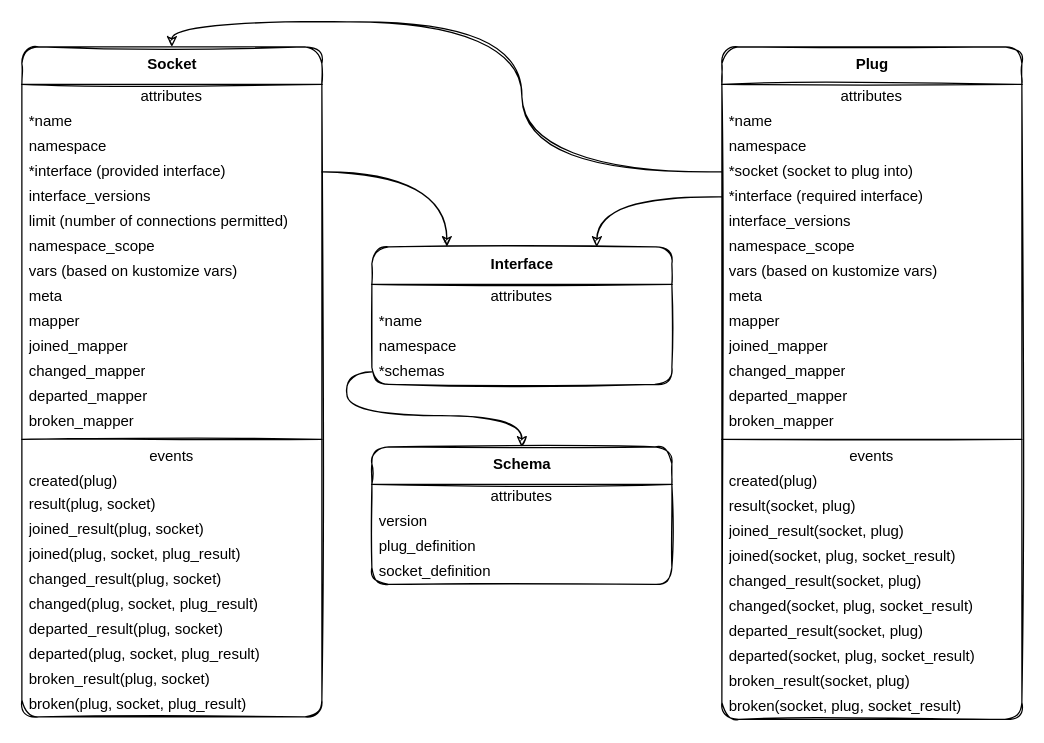
Earlier version of the draw.io diagram architecture-diagram.drawio (clayrisser/integration-operator). Source tidied: cells renumbered, new cells numbered last; positions are measured from the earlier drawing's top-left corner, leaving out a move shared by most shapes. Both pictures are drawn from the tidied source at 125%, with x=0, y=0 at pixel (21, 46).
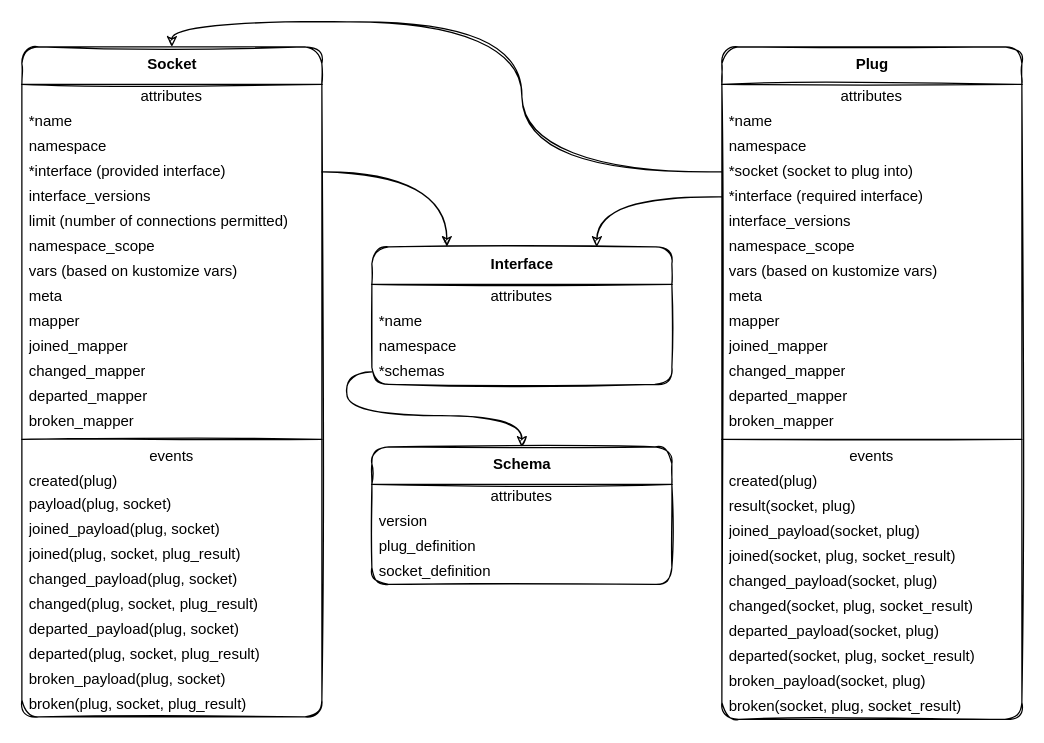
The same page after the edit.

The change refers to these unchanged cells:
```xml
<mxCell id="2" value="&lt;b&gt;Plug&lt;/b&gt;" style="swimlane;fontStyle=0;align=center;verticalAlign=top;horizontal=1;startSize=30;html=1;sketch=1;rounded=1;" parent="1" vertex="1">
  <mxGeometry x="560" width="240" height="538" as="geometry" />
</mxCell>
<mxCell id="29" value="&lt;b&gt;Socket&lt;br&gt;&lt;/b&gt;" style="swimlane;fontStyle=0;align=center;verticalAlign=top;horizontal=1;startSize=30;html=1;sketch=1;rounded=1;" parent="1" vertex="1">
  <mxGeometry width="240" height="536" as="geometry" />
</mxCell>
```

What changed in the source:
```diff
@@
-    <mxCell id="21" value="joined_result(socket, plug)" style="text;html=1;strokeColor=none;fillColor=none;align=left;verticalAlign=middle;spacingLeft=4;spacingRight=4;overflow=hidden;sketch=1;rounded=1;" parent="2" vertex="1">
+    <mxCell id="21" value="joined_payload(socket, plug)" style="text;html=1;strokeColor=none;fillColor=none;align=left;verticalAlign=middle;spacingLeft=4;spacingRight=4;overflow=hidden;sketch=1;rounded=1;" parent="2" vertex="1">
       <mxGeometry y="378" width="240" height="20" as="geometry" />
     </mxCell>
@@
-    <mxCell id="23" value="changed_result(socket, plug)" style="text;html=1;strokeColor=none;fillColor=none;align=left;verticalAlign=middle;spacingLeft=4;spacingRight=4;overflow=hidden;sketch=1;rounded=1;" parent="2" vertex="1">
+    <mxCell id="23" value="changed_payload(socket, plug)" style="text;html=1;strokeColor=none;fillColor=none;align=left;verticalAlign=middle;spacingLeft=4;spacingRight=4;overflow=hidden;sketch=1;rounded=1;" parent="2" vertex="1">
       <mxGeometry y="418" width="240" height="20" as="geometry" />
     </mxCell>
@@
-    <mxCell id="25" value="departed_result(socket, plug)" style="text;html=1;strokeColor=none;fillColor=none;align=left;verticalAlign=middle;spacingLeft=4;spacingRight=4;overflow=hidden;sketch=1;rounded=1;" parent="2" vertex="1">
+    <mxCell id="25" value="departed_payload(socket, plug)" style="text;html=1;strokeColor=none;fillColor=none;align=left;verticalAlign=middle;spacingLeft=4;spacingRight=4;overflow=hidden;sketch=1;rounded=1;" parent="2" vertex="1">
       <mxGeometry y="458" width="240" height="20" as="geometry" />
     </mxCell>
@@
-    <mxCell id="27" value="broken_result(socket, plug)" style="text;html=1;strokeColor=none;fillColor=none;align=left;verticalAlign=middle;spacingLeft=4;spacingRight=4;overflow=hidden;sketch=1;rounded=1;" parent="2" vertex="1">
+    <mxCell id="27" value="broken_payload(socket, plug)" style="text;html=1;strokeColor=none;fillColor=none;align=left;verticalAlign=middle;spacingLeft=4;spacingRight=4;overflow=hidden;sketch=1;rounded=1;" parent="2" vertex="1">
       <mxGeometry y="498" width="240" height="20" as="geometry" />
     </mxCell>
@@
-    <mxCell id="47" value="result(plug, socket)" style="text;html=1;strokeColor=none;fillColor=none;align=left;verticalAlign=middle;spacingLeft=4;spacingRight=4;overflow=hidden;sketch=1;rounded=1;" parent="29" vertex="1">
+    <mxCell id="47" value="payload(plug, socket)" style="text;html=1;strokeColor=none;fillColor=none;align=left;verticalAlign=middle;spacingLeft=4;spacingRight=4;overflow=hidden;sketch=1;rounded=1;" parent="29" vertex="1">
       <mxGeometry y="356" width="240" height="20" as="geometry" />
     </mxCell>
-    <mxCell id="48" value="joined_result(plug, socket)" style="text;html=1;strokeColor=none;fillColor=none;align=left;verticalAlign=middle;spacingLeft=4;spacingRight=4;overflow=hidden;sketch=1;rounded=1;" parent="29" vertex="1">
+    <mxCell id="48" value="joined_payload(plug, socket)" style="text;html=1;strokeColor=none;fillColor=none;align=left;verticalAlign=middle;spacingLeft=4;spacingRight=4;overflow=hidden;sketch=1;rounded=1;" parent="29" vertex="1">
       <mxGeometry y="376" width="240" height="20" as="geometry" />
     </mxCell>
@@
-    <mxCell id="50" value="changed_result(plug, socket)" style="text;html=1;strokeColor=none;fillColor=none;align=left;verticalAlign=middle;spacingLeft=4;spacingRight=4;overflow=hidden;sketch=1;rounded=1;" parent="29" vertex="1">
+    <mxCell id="50" value="changed_payload(plug, socket)" style="text;html=1;strokeColor=none;fillColor=none;align=left;verticalAlign=middle;spacingLeft=4;spacingRight=4;overflow=hidden;sketch=1;rounded=1;" parent="29" vertex="1">
       <mxGeometry y="416" width="240" height="20" as="geometry" />
     </mxCell>
@@
-    <mxCell id="52" value="departed_result(plug, socket)" style="text;html=1;strokeColor=none;fillColor=none;align=left;verticalAlign=middle;spacingLeft=4;spacingRight=4;overflow=hidden;sketch=1;rounded=1;" parent="29" vertex="1">
+    <mxCell id="52" value="departed_payload(plug, socket)" style="text;html=1;strokeColor=none;fillColor=none;align=left;verticalAlign=middle;spacingLeft=4;spacingRight=4;overflow=hidden;sketch=1;rounded=1;" parent="29" vertex="1">
       <mxGeometry y="456" width="240" height="20" as="geometry" />
     </mxCell>
@@
-    <mxCell id="54" value="broken_result(plug, socket)" style="text;html=1;strokeColor=none;fillColor=none;align=left;verticalAlign=middle;spacingLeft=4;spacingRight=4;overflow=hidden;sketch=1;rounded=1;" parent="29" vertex="1">
+    <mxCell id="54" value="broken_payload(plug, socket)" style="text;html=1;strokeColor=none;fillColor=none;align=left;verticalAlign=middle;spacingLeft=4;spacingRight=4;overflow=hidden;sketch=1;rounded=1;" parent="29" vertex="1">
       <mxGeometry y="496" width="240" height="20" as="geometry" />
     </mxCell>
```
